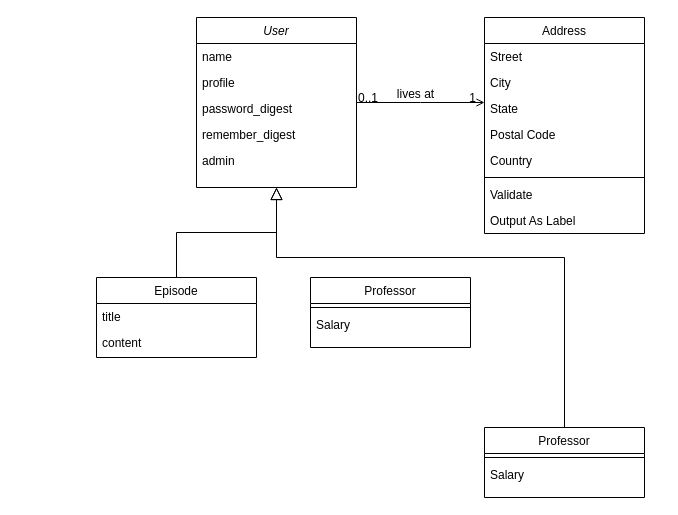
Earlier version of the draw.io diagram 名称未設定ファイル.drawio (ryshino/strengths-app). Source tidied: cells renumbered, new cells numbered last; positions are measured from the earlier drawing's top-left corner, leaving out a move shared by most shapes. Both pictures are drawn from the tidied source at 100%, with x=0, y=0 at pixel (96, 17).
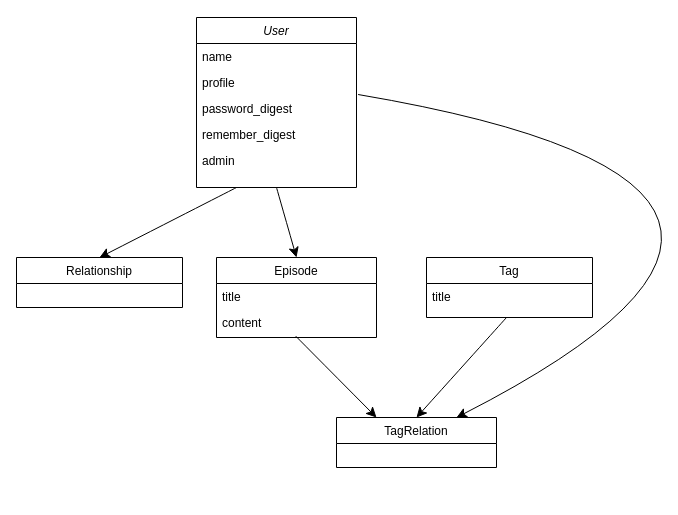
The same diagram, later.

Commit message (it also covers changes not shown here):
ER図.drawio を更新します

The change refers to these unchanged cells:
```xml
<mxCell id="2" value="User" style="swimlane;fontStyle=2;align=center;verticalAlign=top;horizontal=1;startSize=26;rounded=0;shadow=0;strokeWidth=1;" parent="1" vertex="1">
  <mxGeometry x="100" width="160" height="170" as="geometry" />
</mxCell>
<mxCell id="5" value="password_digest" style="text;align=left;verticalAlign=top;spacingLeft=4;spacingRight=4;overflow=hidden;points=[[0,0.5],[1,0.5]];portConstraint=eastwest;rounded=0;shadow=0;html=0;" parent="2" vertex="1">
  <mxGeometry y="78" width="160" height="26" as="geometry" />
</mxCell>
<mxCell id="10" value="content" style="text;align=left;verticalAlign=top;spacingLeft=4;spacingRight=4;overflow=hidden;points=[[0,0.5],[1,0.5]];portConstraint=eastwest;" parent="8" vertex="1">
  <mxGeometry y="52" width="160" height="26" as="geometry" />
</mxCell>
```

What changed in the source:
```diff
@@
     <mxCell id="8" value="Episode" style="swimlane;fontStyle=0;align=center;verticalAlign=top;horizontal=1;startSize=26;rounded=0;shadow=0;strokeWidth=1;" parent="1" vertex="1">
-      <mxGeometry y="260" width="160" height="80" as="geometry" />
+      <mxGeometry x="120" y="240" width="160" height="80" as="geometry" />
     </mxCell>
@@
-    <mxCell id="11" style="endArrow=block;endSize=10;endFill=0;shadow=0;strokeWidth=1;rounded=0;edgeStyle=elbowEdgeStyle;elbow=vertical;" parent="1" edge="1" source="8" target="2">
-      <mxGeometry relative="1" as="geometry" />
-    </mxCell>
-    <mxCell id="12" value="Professor" style="swimlane;fontStyle=0;align=center;verticalAlign=top;horizontal=1;startSize=26;rounded=0;shadow=0;strokeWidth=1;" parent="1" vertex="1">
-      <mxGeometry x="388" y="410" width="160" height="70" as="geometry" />
+    <mxCell id="12" value="TagRelation" style="swimlane;fontStyle=0;align=center;verticalAlign=top;horizontal=1;startSize=26;rounded=0;shadow=0;strokeWidth=1;" parent="1" vertex="1">
+      <mxGeometry x="240" y="400" width="160" height="50" as="geometry" />
     </mxCell>
-    <mxCell id="13" style="line;html=1;strokeWidth=1;align=left;verticalAlign=middle;spacingTop=-1;spacingLeft=3;spacingRight=3;labelPosition=right;" parent="12" vertex="1">
-      <mxGeometry y="26" width="160" height="8" as="geometry" />
-    </mxCell>
-    <mxCell id="14" value="Salary" style="text;align=left;verticalAlign=top;spacingLeft=4;spacingRight=4;overflow=hidden;" parent="12" vertex="1">
-      <mxGeometry y="34" width="160" height="26" as="geometry" />
-    </mxCell>
-    <mxCell id="15" style="endArrow=block;endSize=10;endFill=0;shadow=0;strokeWidth=1;rounded=0;edgeStyle=elbowEdgeStyle;elbow=vertical;" parent="1" edge="1" source="12" target="2">
-      <mxGeometry relative="1" as="geometry">
-        <Array as="points">
-          <mxPoint x="330" y="240" />
-        </Array>
-      </mxGeometry>
-    </mxCell>
-    <mxCell id="16" value="Address" style="swimlane;fontStyle=0;align=center;verticalAlign=top;horizontal=1;startSize=26;rounded=0;shadow=0;strokeWidth=1;" parent="1" vertex="1">
-      <mxGeometry x="388" width="160" height="216" as="geometry" />
-    </mxCell>
-    <mxCell id="17" value="Street" style="text;align=left;verticalAlign=top;spacingLeft=4;spacingRight=4;overflow=hidden;" parent="16" vertex="1">
-      <mxGeometry y="26" width="160" height="26" as="geometry" />
-    </mxCell>
-    <mxCell id="18" value="City" style="text;align=left;verticalAlign=top;spacingLeft=4;spacingRight=4;overflow=hidden;rounded=0;shadow=0;html=0;" parent="16" vertex="1">
-      <mxGeometry y="52" width="160" height="26" as="geometry" />
-    </mxCell>
-    <mxCell id="19" value="State" style="text;align=left;verticalAlign=top;spacingLeft=4;spacingRight=4;overflow=hidden;rounded=0;shadow=0;html=0;" parent="16" vertex="1">
-      <mxGeometry y="78" width="160" height="26" as="geometry" />
-    </mxCell>
-    <mxCell id="20" value="Postal Code" style="text;align=left;verticalAlign=top;spacingLeft=4;spacingRight=4;overflow=hidden;rounded=0;shadow=0;html=0;" parent="16" vertex="1">
-      <mxGeometry y="104" width="160" height="26" as="geometry" />
-    </mxCell>
-    <mxCell id="21" value="Country" style="text;align=left;verticalAlign=top;spacingLeft=4;spacingRight=4;overflow=hidden;rounded=0;shadow=0;html=0;" parent="16" vertex="1">
-      <mxGeometry y="130" width="160" height="26" as="geometry" />
-    </mxCell>
-    <mxCell id="22" style="line;html=1;strokeWidth=1;align=left;verticalAlign=middle;spacingTop=-1;spacingLeft=3;spacingRight=3;labelPosition=right;" parent="16" vertex="1">
-      <mxGeometry y="156" width="160" height="8" as="geometry" />
-    </mxCell>
-    <mxCell id="23" value="Validate" style="text;align=left;verticalAlign=top;spacingLeft=4;spacingRight=4;overflow=hidden;" parent="16" vertex="1">
-      <mxGeometry y="164" width="160" height="26" as="geometry" />
-    </mxCell>
-    <mxCell id="24" value="Output As Label" style="text;align=left;verticalAlign=top;spacingLeft=4;spacingRight=4;overflow=hidden;" parent="16" vertex="1">
-      <mxGeometry y="190" width="160" height="26" as="geometry" />
-    </mxCell>
-    <mxCell id="25" style="endArrow=open;shadow=0;strokeWidth=1;rounded=0;endFill=1;edgeStyle=elbowEdgeStyle;elbow=vertical;" parent="1" edge="1" source="2" target="16">
-      <mxGeometry x="0.5" y="41" relative="1" as="geometry">
-        <mxPoint x="-40" y="32" as="offset" />
-      </mxGeometry>
-    </mxCell>
-    <mxCell id="26" value="0..1" style="align=left;verticalAlign=bottom;labelBackgroundColor=none;fontSize=12;" parent="25" vertex="1">
-      <mxGeometry x="-1" relative="1" as="geometry">
-        <mxPoint y="4" as="offset" />
-      </mxGeometry>
-    </mxCell>
-    <mxCell id="27" value="1" style="align=right;verticalAlign=bottom;labelBackgroundColor=none;fontSize=12;" parent="25" vertex="1">
-      <mxGeometry x="1" relative="1" as="geometry">
-        <mxPoint x="-7" y="4" as="offset" />
-      </mxGeometry>
-    </mxCell>
-    <mxCell id="28" value="lives at" style="text;html=1;align=center;verticalAlign=middle;labelBackgroundColor=none;rounded=0;shadow=0;strokeWidth=1;fontSize=12;" parent="25" vertex="1">
-      <mxGeometry x="0.5" y="49" relative="1" as="geometry">
-        <mxPoint x="-38" y="40" as="offset" />
-      </mxGeometry>
-    </mxCell>
-    <mxCell id="29" value="Professor" style="swimlane;fontStyle=0;align=center;verticalAlign=top;horizontal=1;startSize=26;rounded=0;shadow=0;strokeWidth=1;" parent="1" vertex="1">
-      <mxGeometry x="214" y="260" width="160" height="70" as="geometry" />
+    <mxCell id="29" value="Relationship" style="swimlane;fontStyle=0;align=center;verticalAlign=top;horizontal=1;startSize=26;rounded=0;shadow=0;strokeWidth=1;" parent="1" vertex="1">
+      <mxGeometry x="-80" y="240" width="166" height="50" as="geometry" />
     </mxCell>
-    <mxCell id="30" style="line;html=1;strokeWidth=1;align=left;verticalAlign=middle;spacingTop=-1;spacingLeft=3;spacingRight=3;labelPosition=right;" parent="29" vertex="1">
-      <mxGeometry y="26" width="160" height="8" as="geometry" />
-    </mxCell>
-    <mxCell id="31" value="Salary" style="text;align=left;verticalAlign=top;spacingLeft=4;spacingRight=4;overflow=hidden;" parent="29" vertex="1">
-      <mxGeometry y="34" width="160" height="26" as="geometry" />
-    </mxCell>
+    <mxCell id="32" value="Tag" style="swimlane;fontStyle=0;align=center;verticalAlign=top;horizontal=1;startSize=26;rounded=0;shadow=0;strokeWidth=1;" parent="1" vertex="1">
+      <mxGeometry x="330" y="240" width="166" height="60" as="geometry" />
+    </mxCell>
+    <mxCell id="33" value="title" style="text;align=left;verticalAlign=top;spacingLeft=4;spacingRight=4;overflow=hidden;points=[[0,0.5],[1,0.5]];portConstraint=eastwest;" parent="32" vertex="1">
+      <mxGeometry y="26" width="166" height="34" as="geometry" />
+    </mxCell>
+    <mxCell id="34" style="endArrow=classic;html=1;rounded=0;fontSize=12;startSize=8;endSize=8;curved=1;exitX=0.495;exitY=1.023;exitDx=0;exitDy=0;exitPerimeter=0;entryX=0.25;entryY=0;entryDx=0;entryDy=0;" parent="1" edge="1" source="10" target="12">
+      <mxGeometry relative="1" as="geometry" />
+    </mxCell>
+    <mxCell id="35" style="endArrow=classic;html=1;rounded=0;fontSize=12;startSize=8;endSize=8;curved=1;exitX=0.482;exitY=1;exitDx=0;exitDy=0;exitPerimeter=0;entryX=0.5;entryY=0;entryDx=0;entryDy=0;" parent="1" edge="1" source="33" target="12">
+      <mxGeometry relative="1" as="geometry" />
+    </mxCell>
+    <mxCell id="36" style="endArrow=classic;html=1;rounded=0;fontSize=12;startSize=8;endSize=8;curved=1;exitX=1.01;exitY=-0.038;exitDx=0;exitDy=0;exitPerimeter=0;entryX=0.75;entryY=0;entryDx=0;entryDy=0;" parent="1" edge="1" source="5" target="12">
+      <mxGeometry relative="1" as="geometry">
+        <Array as="points">
+          <mxPoint x="810" y="170" />
+        </Array>
+      </mxGeometry>
+    </mxCell>
+    <mxCell id="37" style="endArrow=classic;html=1;rounded=0;fontSize=12;startSize=8;endSize=8;curved=1;exitX=0.25;exitY=1;exitDx=0;exitDy=0;entryX=0.5;entryY=0;entryDx=0;entryDy=0;" parent="1" edge="1" source="2" target="29">
+      <mxGeometry relative="1" as="geometry" />
+    </mxCell>
+    <mxCell id="38" style="endArrow=classic;html=1;rounded=0;fontSize=12;startSize=8;endSize=8;curved=1;exitX=0.5;exitY=1;exitDx=0;exitDy=0;entryX=0.5;entryY=0;entryDx=0;entryDy=0;" parent="1" edge="1" source="2" target="8">
+      <mxGeometry relative="1" as="geometry" />
+    </mxCell>
```
